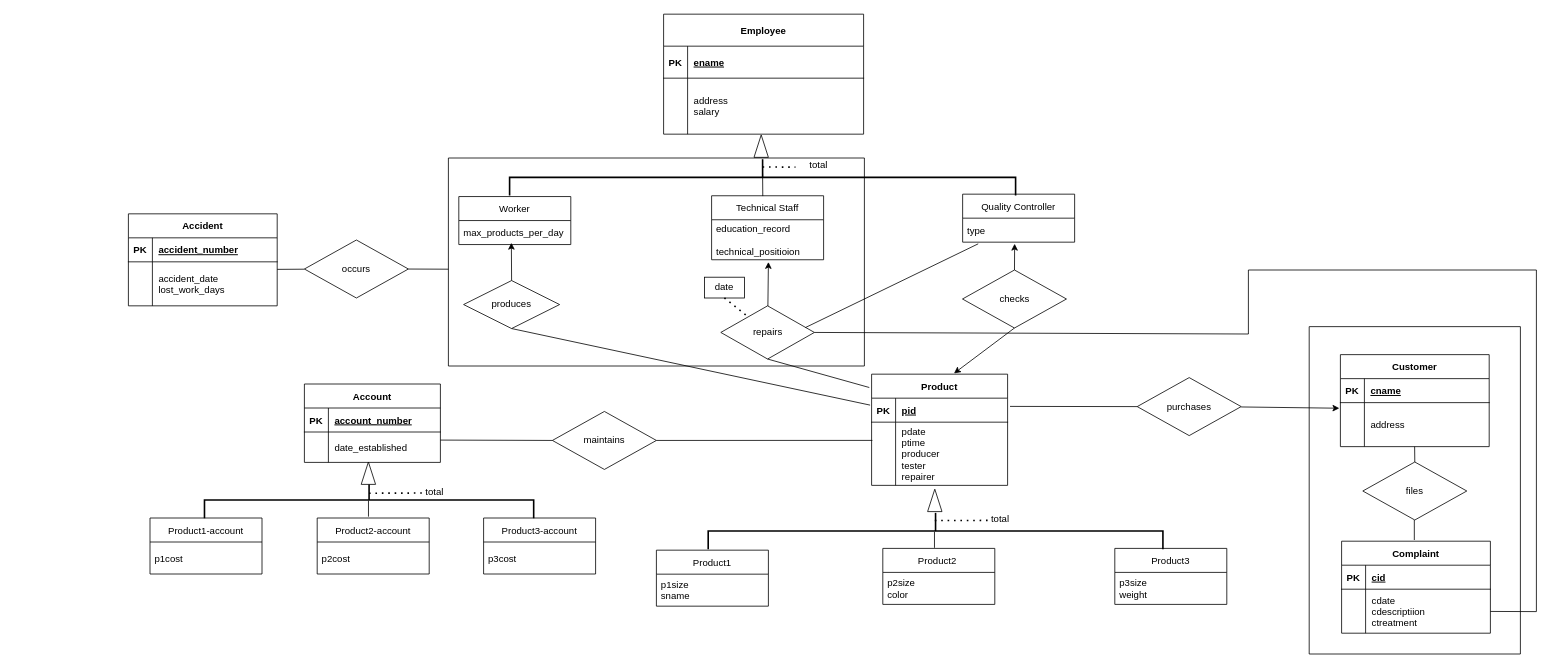
Earlier version of the draw.io diagram Untitled Diagram.drawio (starrycode/ER-Diagrams). Source tidied: cells renumbered, new cells numbered last; positions are measured from the earlier drawing's top-left corner, leaving out a move shared by most shapes. Both pictures are drawn from the tidied source at 80%, with x=0, y=0 at pixel (128, -76).
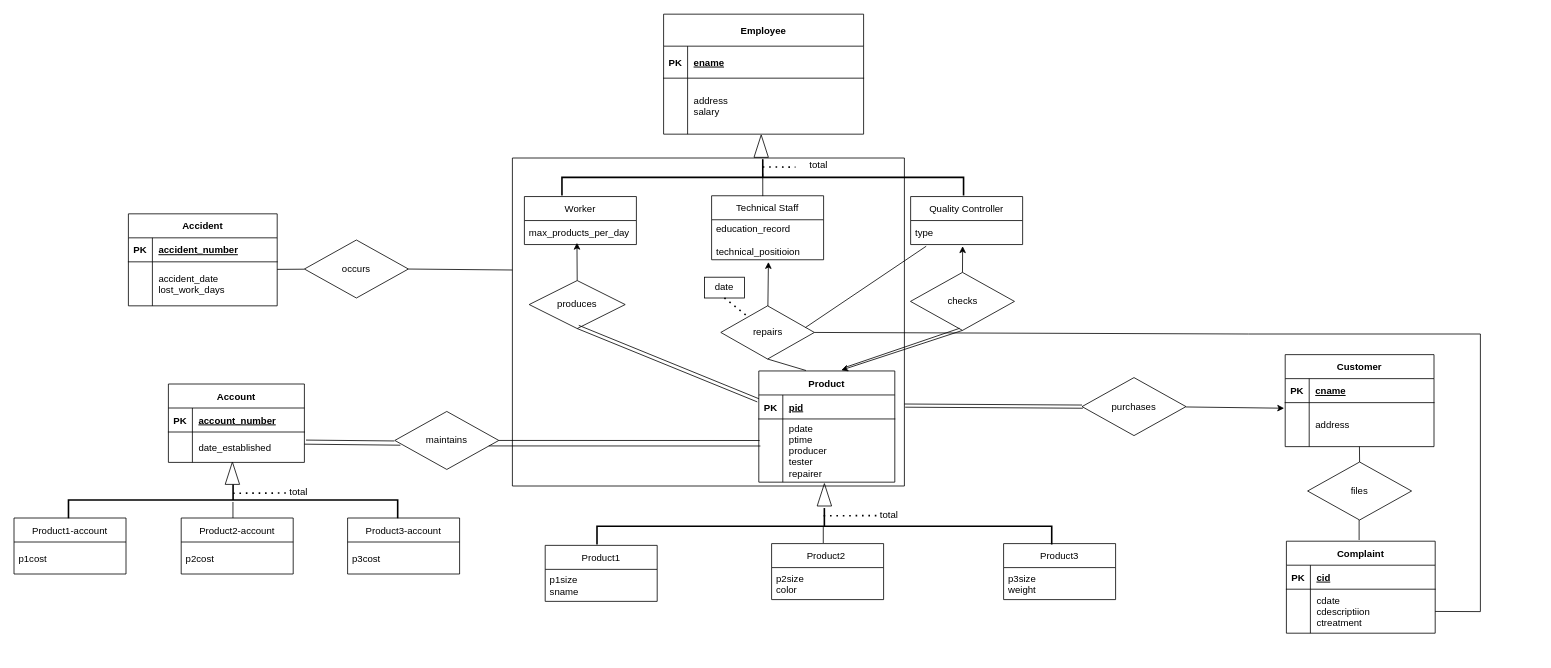
The same page after the edit.

The change refers to these unchanged cells:
```xml
<mxCell id="6" style="shape=partialRectangle;fillColor=none;points=[[0,0.5],[1,0.5]];portConstraint=eastwest;top=0;left=0;right=0;bottom=0;" parent="2" vertex="1">
  <mxGeometry y="60" width="170" height="79" as="geometry" />
</mxCell>
<mxCell id="13" style="shape=partialRectangle;fillColor=none;points=[[0,0.5],[1,0.5]];portConstraint=eastwest;top=0;left=0;right=0;bottom=0;" parent="9" vertex="1">
  <mxGeometry y="60" width="186" height="55" as="geometry" />
</mxCell>
<mxCell id="34" value="repairs" style="rhombus;whiteSpace=wrap;html=1;" parent="1" vertex="1">
  <mxGeometry x="740.5" y="476.8" width="117" height="66.5" as="geometry" />
</mxCell>
<mxCell id="71" style="shape=partialRectangle;fillColor=none;points=[[0,0.5],[1,0.5]];portConstraint=eastwest;top=0;left=0;right=0;bottom=0;" parent="67" vertex="1">
  <mxGeometry y="60" width="186" height="55" as="geometry" />
</mxCell>
```

Diff of the diagram source:
```diff
@@
     <mxCell id="2" value="Product" style="shape=table;startSize=30;childLayout=tableLayout;rowLines=0;fontStyle=1;align=center;" parent="1" vertex="1">
-      <mxGeometry x="929" y="562.2" width="170" height="139" as="geometry" />
+      <mxGeometry x="788" y="558.2" width="170" height="139" as="geometry" />
     </mxCell>
@@
     <mxCell id="9" value="Customer" style="shape=table;startSize=30;childLayout=tableLayout;rowLines=0;fontStyle=1;align=center;" parent="1" vertex="1">
-      <mxGeometry x="1515" y="537.8" width="186" height="115" as="geometry" />
+      <mxGeometry x="1446" y="537.8" width="186" height="115" as="geometry" />
     </mxCell>
@@
     <mxCell id="23" value="Worker" style="swimlane;fontStyle=0;horizontal=1;startSize=30;" parent="1" vertex="1">
-      <mxGeometry x="413" y="340.2" width="140" height="60" as="geometry" />
+      <mxGeometry x="495" y="340.2" width="140" height="60" as="geometry" />
     </mxCell>
@@
     <mxCell id="25" value="Quality Controller" style="swimlane;fontStyle=0;horizontal=1;startSize=30;" parent="1" vertex="1">
-      <mxGeometry x="1042.8" y="337.2" width="140" height="60" as="geometry" />
+      <mxGeometry x="977.8" y="340.2" width="140" height="60" as="geometry" />
     </mxCell>
@@
     <mxCell id="30" style="strokeWidth=2;html=1;shape=mxgraph.flowchart.annotation_2;align=left;labelPosition=right;rotation=90;" parent="1" vertex="1">
-      <mxGeometry x="770" width="45.5" height="632.5" as="geometry" />
+      <mxGeometry x="770.2" y="65.2" width="45.5" height="502" as="geometry" />
     </mxCell>
     <mxCell id="31" value="produces" style="shape=rhombus;perimeter=rhombusPerimeter;whiteSpace=wrap;html=1;align=center;" parent="1" vertex="1">
-      <mxGeometry x="419" y="445.2" width="120" height="60" as="geometry" />
+      <mxGeometry x="501" y="445.2" width="120" height="60" as="geometry" />
     </mxCell>
@@
     <mxCell id="33" value="checks" style="rhombus;whiteSpace=wrap;html=1;" parent="1" vertex="1">
-      <mxGeometry x="1042.6" y="432" width="130" height="72.5" as="geometry" />
+      <mxGeometry x="977.6" y="435" width="130" height="72.5" as="geometry" />
     </mxCell>
@@
-    <mxCell id="36" style="endArrow=none;html=1;rounded=0;exitX=0.5;exitY=1;exitDx=0;exitDy=0;entryX=-0.017;entryY=0.12;entryDx=0;entryDy=0;entryPerimeter=0;" parent="1" edge="1" source="34" target="2">
+    <mxCell id="36" style="endArrow=none;html=1;rounded=0;exitX=0.5;exitY=1;exitDx=0;exitDy=0;entryX=0.347;entryY=-0.004;entryDx=0;entryDy=0;entryPerimeter=0;" parent="1" edge="1" source="34" target="2">
       <mxGeometry relative="1" as="geometry" />
     </mxCell>
     <mxCell id="37" value="Product3" style="swimlane;fontStyle=0;horizontal=1;startSize=30;" parent="1" vertex="1">
-      <mxGeometry x="1233" y="780" width="140" height="70" as="geometry" />
+      <mxGeometry x="1094" y="774" width="140" height="70" as="geometry" />
     </mxCell>
@@
     <mxCell id="39" value="Product2 " style="swimlane;fontStyle=0;horizontal=1;startSize=30;" parent="1" vertex="1">
-      <mxGeometry x="943" y="780" width="140" height="70" as="geometry" />
+      <mxGeometry x="804" y="774" width="140" height="70" as="geometry" />
     </mxCell>
@@
     <mxCell id="42" value="Product1" style="swimlane;fontStyle=0;horizontal=1;startSize=30;" parent="1" vertex="1">
-      <mxGeometry x="660" y="782.2" width="140" height="70" as="geometry" />
+      <mxGeometry x="521" y="776.2" width="140" height="70" as="geometry" />
     </mxCell>
@@
     <mxCell id="44" style="strokeWidth=2;html=1;shape=mxgraph.flowchart.annotation_2;align=left;labelPosition=right;rotation=90;" parent="1" vertex="1">
-      <mxGeometry x="986.2" y="474.1" width="45.5" height="568.4" as="geometry" />
+      <mxGeometry x="847.2" y="468.1" width="45.5" height="568.4" as="geometry" />
     </mxCell>
     <mxCell id="45" style="triangle;whiteSpace=wrap;html=1;rotation=-90;" parent="1" vertex="1">
-      <mxGeometry x="994" y="711" width="28" height="18" as="geometry" />
+      <mxGeometry x="856" y="704" width="28" height="18" as="geometry" />
     </mxCell>
     <mxCell id="46" value="Account" style="shape=table;startSize=30;childLayout=tableLayout;rowLines=0;fontStyle=1;align=center;" parent="1" vertex="1">
-      <mxGeometry x="220" y="574.5" width="170" height="98" as="geometry" />
+      <mxGeometry x="50" y="574.5" width="170" height="98" as="geometry" />
     </mxCell>
@@
     <mxCell id="53" value="Product3-account" style="swimlane;fontStyle=0;horizontal=1;startSize=30;" parent="1" vertex="1">
-      <mxGeometry x="444" y="742" width="140" height="70" as="geometry" />
+      <mxGeometry x="274" y="742" width="140" height="70" as="geometry" />
     </mxCell>
@@
     <mxCell id="55" value="Product2-account" style="swimlane;fontStyle=0;horizontal=1;startSize=30;" parent="1" vertex="1">
-      <mxGeometry x="236" y="742" width="140" height="70" as="geometry" />
+      <mxGeometry x="66" y="742" width="140" height="70" as="geometry" />
     </mxCell>
@@
     <mxCell id="57" value="Product1-account" style="swimlane;fontStyle=0;horizontal=1;startSize=30;" parent="1" vertex="1">
-      <mxGeometry x="27" y="742" width="140" height="70" as="geometry" />
+      <mxGeometry x="-143" y="742" width="140" height="70" as="geometry" />
     </mxCell>
@@
     <mxCell id="59" style="strokeWidth=2;html=1;shape=mxgraph.flowchart.annotation_2;align=left;labelPosition=right;rotation=90;" parent="1" vertex="1">
-      <mxGeometry x="278.1" y="513.8" width="45.5" height="411.5" as="geometry" />
+      <mxGeometry x="108.1" y="513.8" width="45.5" height="411.5" as="geometry" />
     </mxCell>
     <mxCell id="60" style="triangle;whiteSpace=wrap;html=1;rotation=-90;" parent="1" vertex="1">
-      <mxGeometry x="286" y="677" width="28" height="18" as="geometry" />
+      <mxGeometry x="116" y="677" width="28" height="18" as="geometry" />
     </mxCell>
     <mxCell id="61" style="endArrow=none;html=1;rounded=0;" parent="1" edge="1">
       <mxGeometry relative="1" as="geometry">
-        <mxPoint x="300.1" y="740.3" as="sourcePoint" />
-        <mxPoint x="300.1" y="720.3" as="targetPoint" />
+        <mxPoint x="130.7" y="742" as="sourcePoint" />
+        <mxPoint x="130.7" y="722" as="targetPoint" />
       </mxGeometry>
     </mxCell>
     <mxCell id="62" value="maintains" style="rhombus;whiteSpace=wrap;html=1;" parent="1" vertex="1">
-      <mxGeometry x="530" y="608.8" width="130" height="72.5" as="geometry" />
+      <mxGeometry x="333" y="608.8" width="130" height="72.5" as="geometry" />
     </mxCell>
-    <mxCell id="63" style="endArrow=none;html=1;rounded=0;entryX=0;entryY=0.5;entryDx=0;entryDy=0;" parent="1" edge="1" target="62">
+    <mxCell id="63" style="endArrow=none;html=1;rounded=0;entryX=-0.019;entryY=0.509;entryDx=0;entryDy=0;entryPerimeter=0;" parent="1" edge="1">
       <mxGeometry relative="1" as="geometry">
-        <mxPoint x="390" y="644.6" as="sourcePoint" />
+        <mxPoint x="222" y="644.6" as="sourcePoint" />
+        <mxPoint x="332.5" y="645.7" as="targetPoint" />
       </mxGeometry>
     </mxCell>
-    <mxCell id="64" style="endArrow=none;html=1;rounded=0;exitX=1;exitY=0.5;exitDx=0;exitDy=0;" parent="1" edge="1" source="62">
-      <mxGeometry relative="1" as="geometry">
-        <mxPoint x="930" y="645" as="targetPoint" />
-      </mxGeometry>
+    <mxCell id="64" style="endArrow=none;html=1;rounded=0;exitX=1;exitY=0.5;exitDx=0;exitDy=0;entryX=0.006;entryY=0.341;entryDx=0;entryDy=0;entryPerimeter=0;" parent="1" edge="1" source="62" target="6">
+      <mxGeometry relative="1" as="geometry" />
     </mxCell>
     <mxCell id="65" value="purchases" style="rhombus;whiteSpace=wrap;html=1;" parent="1" vertex="1">
-      <mxGeometry x="1261" y="566.5" width="130" height="72.5" as="geometry" />
+      <mxGeometry x="1192" y="566.5" width="130" height="72.5" as="geometry" />
     </mxCell>
-    <mxCell id="66" style="endArrow=none;html=1;rounded=0;entryX=0;entryY=0.5;entryDx=0;entryDy=0;" parent="1" edge="1" target="65">
+    <mxCell id="66" style="endArrow=none;html=1;rounded=0;entryX=0;entryY=0.5;entryDx=0;entryDy=0;exitX=1;exitY=0.75;exitDx=0;exitDy=0;" parent="1" edge="1" source="100">
       <mxGeometry relative="1" as="geometry">
-        <mxPoint x="1102" y="602.5" as="sourcePoint" />
+        <mxPoint x="1192" y="600.8" as="targetPoint" />
       </mxGeometry>
     </mxCell>
     <mxCell id="67" value="Complaint" style="shape=table;startSize=30;childLayout=tableLayout;rowLines=0;fontStyle=1;align=center;" parent="1" vertex="1">
-      <mxGeometry x="1516.5" y="771" width="186" height="115" as="geometry" />
+      <mxGeometry x="1447.5" y="771" width="186" height="115" as="geometry" />
     </mxCell>
@@
     <mxCell id="76" style="endArrow=none;dashed=1;html=1;dashPattern=1 3;strokeWidth=2;rounded=0;exitX=0.214;exitY=0.5;exitDx=0;exitDy=0;exitPerimeter=0;" parent="1" edge="1">
       <mxGeometry relative="1" as="geometry">
-        <mxPoint x="1008" y="745.2" as="sourcePoint" />
-        <mxPoint x="1075.2" y="745" as="targetPoint" />
+        <mxPoint x="869" y="739.2" as="sourcePoint" />
+        <mxPoint x="936.2" y="739" as="targetPoint" />
       </mxGeometry>
     </mxCell>
     <mxCell id="77" value="total" style="text;html=1;strokeColor=none;fillColor=none;align=center;verticalAlign=middle;whiteSpace=wrap;rounded=0;" parent="1" vertex="1">
-      <mxGeometry x="1060.2" y="729.2" width="60" height="30" as="geometry" />
+      <mxGeometry x="921.2" y="723.2" width="60" height="30" as="geometry" />
     </mxCell>
     <mxCell id="78" style="endArrow=none;dashed=1;html=1;dashPattern=1 3;strokeWidth=2;rounded=0;exitX=0.214;exitY=0.5;exitDx=0;exitDy=0;exitPerimeter=0;" parent="1" edge="1">
       <mxGeometry relative="1" as="geometry">
-        <mxPoint x="300.8" y="711" as="sourcePoint" />
-        <mxPoint x="368" y="710.8" as="targetPoint" />
+        <mxPoint x="130.8" y="711" as="sourcePoint" />
+        <mxPoint x="198" y="710.8" as="targetPoint" />
       </mxGeometry>
     </mxCell>
     <mxCell id="79" value="total" style="text;html=1;strokeColor=none;fillColor=none;align=center;verticalAlign=middle;whiteSpace=wrap;rounded=0;" parent="1" vertex="1">
-      <mxGeometry x="353" y="695" width="60" height="30" as="geometry" />
+      <mxGeometry x="183" y="695" width="60" height="30" as="geometry" />
     </mxCell>
@@
     <mxCell id="89" value="files" style="rhombus;whiteSpace=wrap;html=1;" parent="1" vertex="1">
-      <mxGeometry x="1543" y="672" width="130" height="72.5" as="geometry" />
+      <mxGeometry x="1474" y="672" width="130" height="72.5" as="geometry" />
     </mxCell>
     <mxCell id="90" style="endArrow=none;html=1;rounded=0;entryX=0.461;entryY=1.127;entryDx=0;entryDy=0;entryPerimeter=0;exitX=0.5;exitY=0;exitDx=0;exitDy=0;" parent="1" edge="1" source="89">
       <mxGeometry relative="1" as="geometry">
-        <mxPoint x="1607.8" y="652.8" as="targetPoint" />
+        <mxPoint x="1538.8" y="652.8" as="targetPoint" />
       </mxGeometry>
     </mxCell>
     <mxCell id="91" style="endArrow=none;html=1;rounded=0;" parent="1" edge="1">
       <mxGeometry relative="1" as="geometry">
-        <mxPoint x="1607.4" y="769.5" as="sourcePoint" />
-        <mxPoint x="1607.4" y="744.5" as="targetPoint" />
+        <mxPoint x="1538.4" y="769.5" as="sourcePoint" />
+        <mxPoint x="1538.4" y="744.5" as="targetPoint" />
       </mxGeometry>
     </mxCell>
-    <mxCell id="92" style="swimlane;startSize=0;" parent="1" vertex="1">
-      <mxGeometry x="1476" y="502.8" width="264" height="409.2" as="geometry" />
-    </mxCell>
@@
     <mxCell id="94" style="endArrow=none;html=1;rounded=0;entryX=1;entryY=0.5;entryDx=0;entryDy=0;" parent="1" edge="1" source="71" target="34">
       <mxGeometry relative="1" as="geometry">
         <Array as="points">
-          <mxPoint x="1760" y="859" />
-          <mxPoint x="1760" y="432" />
-          <mxPoint x="1400" y="432" />
+          <mxPoint x="1690" y="859" />
+          <mxPoint x="1690" y="512" />
           <mxPoint x="1400" y="512" />
         </Array>
       </mxGeometry>
     </mxCell>
     <mxCell id="95" style="endArrow=classic;html=1;rounded=0;exitX=0.5;exitY=0;exitDx=0;exitDy=0;" parent="1" edge="1" source="33">
       <mxGeometry relative="1" as="geometry">
-        <mxPoint x="1107.8" y="399.2" as="targetPoint" />
+        <mxPoint x="1042.8" y="402.2" as="targetPoint" />
       </mxGeometry>
     </mxCell>
     <mxCell id="96" style="endArrow=classic;html=1;rounded=0;exitX=0.5;exitY=0;exitDx=0;exitDy=0;" parent="1" edge="1" source="31">
       <mxGeometry relative="1" as="geometry">
-        <mxPoint x="478.7" y="398" as="targetPoint" />
+        <mxPoint x="560.7" y="398" as="targetPoint" />
       </mxGeometry>
     </mxCell>
@@
     <mxCell id="99" style="endArrow=classic;html=1;rounded=0;entryX=-0.007;entryY=0.127;entryDx=0;entryDy=0;entryPerimeter=0;" parent="1" edge="1" target="13">
       <mxGeometry relative="1" as="geometry">
-        <mxPoint x="1391" y="603.2" as="sourcePoint" />
+        <mxPoint x="1322" y="603.2" as="sourcePoint" />
       </mxGeometry>
     </mxCell>
     <mxCell id="100" style="swimlane;startSize=0;" parent="1" vertex="1">
-      <mxGeometry x="400" y="292" width="520" height="260" as="geometry" />
+      <mxGeometry x="480" y="292" width="490" height="410" as="geometry" />
     </mxCell>
+    <mxCell id="104" style="endArrow=none;html=1;rounded=0;exitX=1;exitY=0.5;exitDx=0;exitDy=0;" parent="100" edge="1">
+      <mxGeometry relative="1" as="geometry">
+        <mxPoint x="-29.5" y="359.9" as="sourcePoint" />
+        <mxPoint x="310" y="360" as="targetPoint" />
+      </mxGeometry>
+    </mxCell>
@@
     <mxCell id="103" style="endArrow=none;html=1;rounded=0;" parent="1" edge="1">
       <mxGeometry relative="1" as="geometry">
         <mxPoint x="350" y="430.8" as="sourcePoint" />
-        <mxPoint x="400" y="431" as="targetPoint" />
+        <mxPoint x="480" y="432" as="targetPoint" />
       </mxGeometry>
     </mxCell>
+    <mxCell id="105" style="endArrow=none;html=1;rounded=0;entryX=0;entryY=0.5;entryDx=0;entryDy=0;exitX=1;exitY=0.75;exitDx=0;exitDy=0;" parent="1" edge="1">
+      <mxGeometry relative="1" as="geometry">
+        <mxPoint x="971" y="603.5" as="sourcePoint" />
+        <mxPoint x="1193" y="604.8" as="targetPoint" />
+      </mxGeometry>
+    </mxCell>
+    <mxCell id="106" style="endArrow=none;html=1;rounded=0;entryX=-0.011;entryY=0.29;entryDx=0;entryDy=0;entryPerimeter=0;exitX=0.5;exitY=1;exitDx=0;exitDy=0;" parent="1" edge="1">
+      <mxGeometry relative="1" as="geometry">
+        <mxPoint x="563" y="501.2" as="sourcePoint" />
+        <mxPoint x="788.1" y="592.9" as="targetPoint" />
+      </mxGeometry>
+    </mxCell>
+    <mxCell id="107" style="endArrow=none;html=1;rounded=0;exitX=0.472;exitY=0.964;exitDx=0;exitDy=0;exitPerimeter=0;" parent="1" edge="1" source="33">
+      <mxGeometry relative="1" as="geometry">
+        <mxPoint x="898" y="553" as="targetPoint" />
+      </mxGeometry>
+    </mxCell>
+    <mxCell id="108" style="endArrow=none;html=1;rounded=0;" parent="1" edge="1">
+      <mxGeometry relative="1" as="geometry">
+        <mxPoint x="220" y="649.7" as="sourcePoint" />
+        <mxPoint x="340" y="651" as="targetPoint" />
+      </mxGeometry>
+    </mxCell>
```
